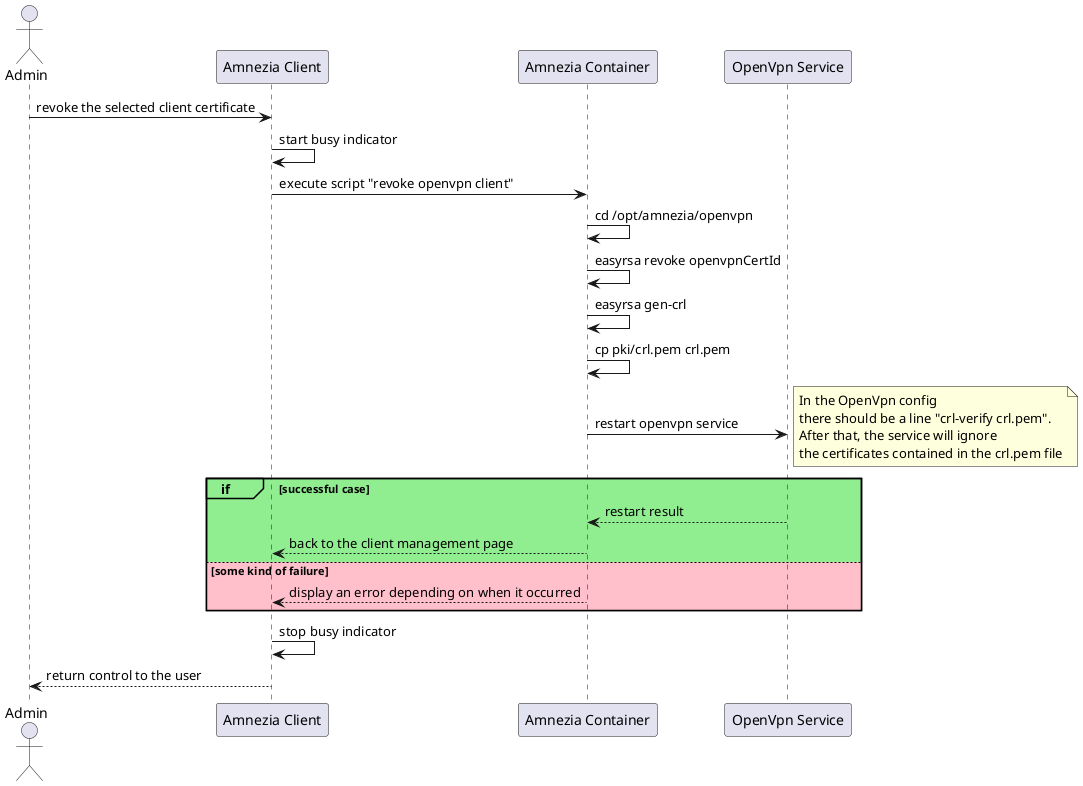
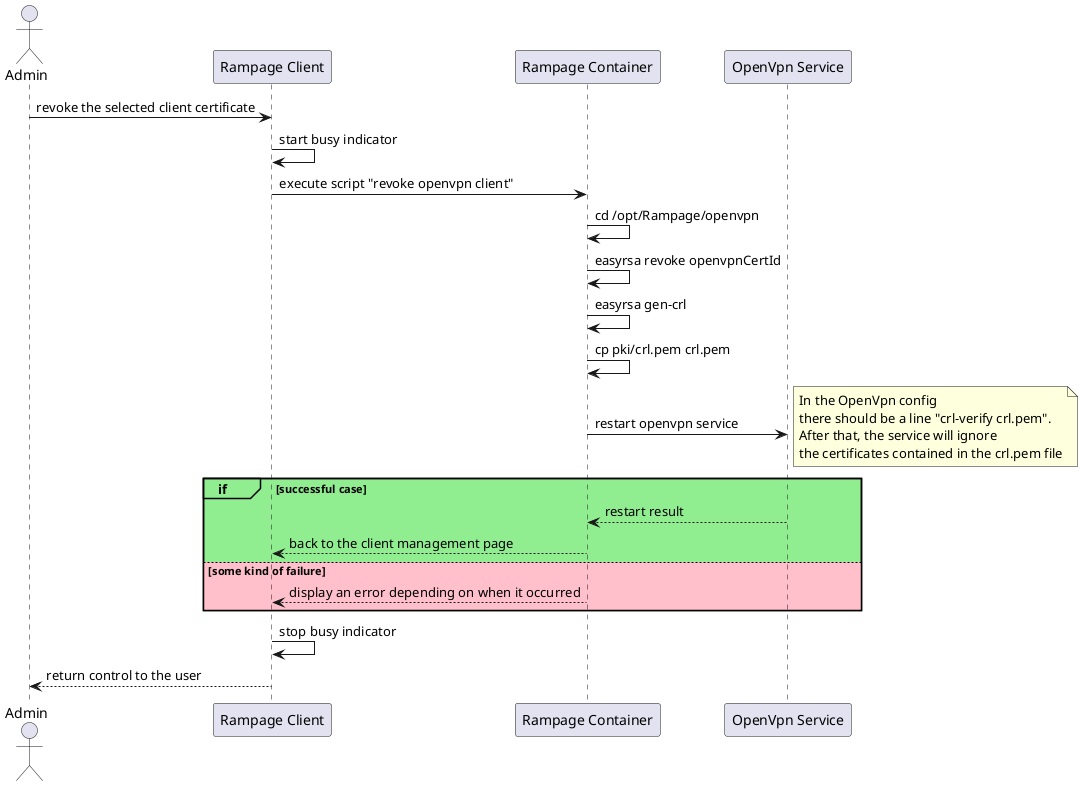
@startuml openVpnRevokeClientCertificate
actor Admin as adm
- participant "Amnezia Client" as cli
- participant "Amnezia Container" as cont
+ participant "Rampage Client" as cli
+ participant "Rampage Container" as cont
participant "OpenVpn Service" as ovpn

adm -> cli: revoke the selected client certificate
cli -> cli: start busy indicator
cli -> cont: execute script "revoke openvpn client"

- cont -> cont: cd /opt/amnezia/openvpn
+ cont -> cont: cd /opt/Rampage/openvpn
cont -> cont: easyrsa revoke openvpnCertId
cont -> cont: easyrsa gen-crl
cont -> cont: cp pki/crl.pem crl.pem
cont -> ovpn: restart openvpn service
note right
    In the OpenVpn config
    there should be a line "crl-verify crl.pem".
    After that, the service will ignore
    the certificates contained in the crl.pem file
end note


group#lightgreen #lightgreen if [successful case]
    ovpn --> cont: restart result
    cont --> cli: back to the client management page
else #pink some kind of failure
    cont --> cli: display an error depending on when it occurred
end

cli -> cli: stop busy indicator
cli --> adm: return control to the user

@enduml